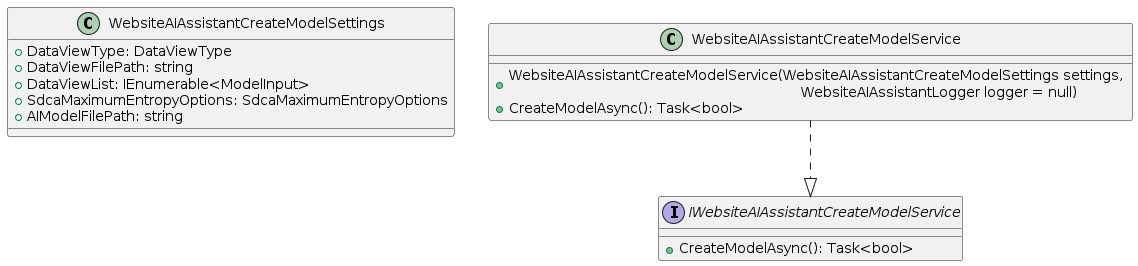
Earlier version of the PlantUML export Docs/WebsiteAIAssistantCreateModelService.png (VeritasSoftware/WebsiteAIAssistant).
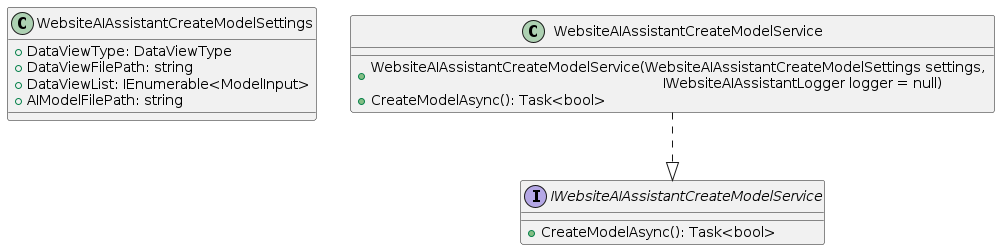
The same file after the commit.

Commit message:
updated helper services class diagrams.

What changed in the source:
```diff
@@ -4,7 +4,6 @@
   + DataViewType: DataViewType
   + DataViewFilePath: string
   + DataViewList: IEnumerable<ModelInput>
-  + SdcaMaximumEntropyOptions: SdcaMaximumEntropyOptions
   + AIModelFilePath: string
 }
 
@@ -15,7 +14,7 @@
 
 class WebsiteAIAssistantCreateModelService
 {
-  + WebsiteAIAssistantCreateModelService(WebsiteAIAssistantCreateModelSettings settings, \n \t \t \t \t \t  \t \t \t \t WebsiteAIAssistantLogger logger = null)
+  + WebsiteAIAssistantCreateModelService(WebsiteAIAssistantCreateModelSettings settings, \n \t \t \t \t \t  \t \t \t \t IWebsiteAIAssistantLogger logger = null)
   + CreateModelAsync(): Task<bool>
 }
 
```
